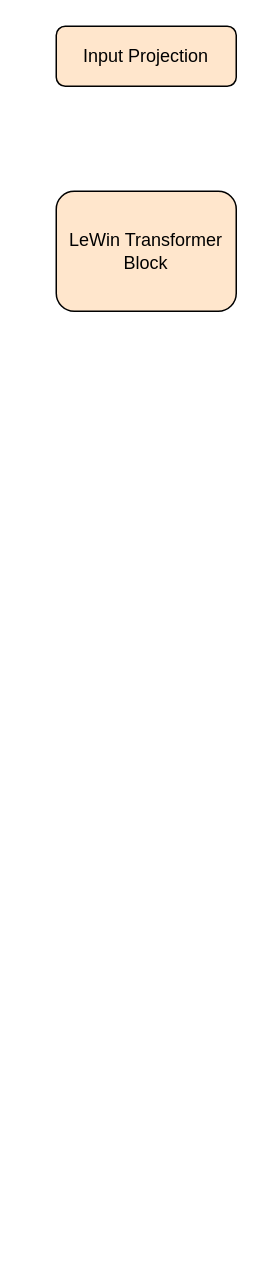
Above: MTRNet.drawio in user815886724/Drawio (draw.io), before the change. Source tidied: cells renumbered, new cells numbered last; positions are measured from the earlier drawing's top-left corner, leaving out a move shared by most shapes. Both pictures are drawn from the tidied source at 150%, with x=0, y=0 at pixel (56, 26).
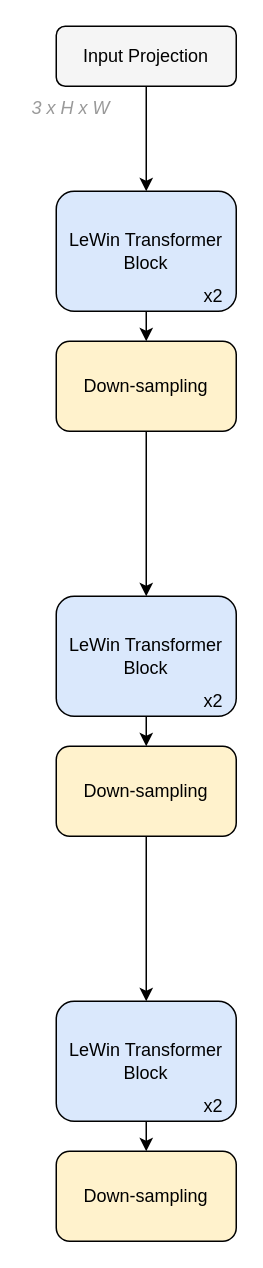
The same diagram, later.

Change to the diagram source:
```diff
@@
 <mxGraphModel>
   <root>
     <mxCell id="0" />
     <mxCell id="1" parent="0" />
+    <mxCell id="4" style="edgeStyle=orthogonalEdgeStyle;rounded=0;jettySize=auto;html=1;fontColor=default;strokeColor=default;labelBackgroundColor=default;" parent="1" edge="1" source="2" target="3">
+      <mxGeometry relative="1" as="geometry" />
+    </mxCell>
-    <mxCell id="2" value="Input Projection" style="rounded=1;whiteSpace=wrap;html=1;fillColor=#ffe6cc;strokeColor=#000000;fontColor=default;shadow=0;glass=0;sketch=0;" parent="1" vertex="1">
+    <mxCell id="2" value="Input Projection" style="rounded=1;whiteSpace=wrap;html=1;fillColor=#f5f5f5;strokeColor=default;fontColor=default;shadow=0;glass=0;sketch=0;labelBackgroundColor=none;" parent="1" vertex="1">
       <mxGeometry width="120" height="40" as="geometry" />
     </mxCell>
+    <mxCell id="5" style="edgeStyle=orthogonalEdgeStyle;rounded=0;jettySize=auto;html=1;exitX=0.5;exitY=1;exitDx=0;exitDy=0;entryX=0.5;entryY=0;entryDx=0;entryDy=0;labelBackgroundColor=default;fontColor=default;strokeColor=default;" parent="1" edge="1" source="3" target="14">
+      <mxGeometry relative="1" as="geometry" />
+    </mxCell>
-    <mxCell id="3" value="LeWin Transformer Block" style="rounded=1;whiteSpace=wrap;html=1;fillColor=#ffe6cc;strokeColor=#000000;fontColor=default;shadow=0;glass=0;sketch=0;" parent="1" vertex="1">
+    <mxCell id="3" value="LeWin Transformer Block" style="rounded=1;whiteSpace=wrap;html=1;fillColor=#dae8fc;strokeColor=#000000;shadow=0;glass=0;sketch=0;labelBackgroundColor=none;fontColor=default;" parent="1" vertex="1">
       <mxGeometry y="110" width="120" height="80" as="geometry" />
     </mxCell>
+    <mxCell id="6" value="x2" style="text;html=1;strokeColor=none;fillColor=none;align=center;verticalAlign=middle;whiteSpace=wrap;rounded=0;shadow=0;glass=0;sketch=0;fontColor=default;labelBackgroundColor=none;" parent="1" vertex="1">
+      <mxGeometry x="90" y="170" width="30" height="20" as="geometry" />
+    </mxCell>
+    <mxCell id="7" style="edgeStyle=orthogonalEdgeStyle;rounded=0;jettySize=auto;html=1;exitX=0.5;exitY=1;exitDx=0;exitDy=0;entryX=0.5;entryY=0;entryDx=0;entryDy=0;labelBackgroundColor=default;fontColor=default;strokeColor=default;" parent="1" edge="1" source="8" target="16">
+      <mxGeometry relative="1" as="geometry" />
+    </mxCell>
+    <mxCell id="8" value="LeWin Transformer Block" style="rounded=1;whiteSpace=wrap;html=1;fillColor=#dae8fc;strokeColor=#000000;shadow=0;glass=0;sketch=0;labelBackgroundColor=none;fontColor=default;" parent="1" vertex="1">
+      <mxGeometry y="380" width="120" height="80" as="geometry" />
+    </mxCell>
+    <mxCell id="9" value="x2" style="text;html=1;strokeColor=none;fillColor=none;align=center;verticalAlign=middle;whiteSpace=wrap;rounded=0;shadow=0;glass=0;sketch=0;fontColor=default;labelBackgroundColor=none;" parent="1" vertex="1">
+      <mxGeometry x="90" y="440" width="30" height="20" as="geometry" />
+    </mxCell>
+    <mxCell id="10" style="edgeStyle=orthogonalEdgeStyle;rounded=0;jettySize=auto;html=1;exitX=0.5;exitY=1;exitDx=0;exitDy=0;entryX=0.5;entryY=0;entryDx=0;entryDy=0;labelBackgroundColor=default;fontColor=default;strokeColor=default;" parent="1" edge="1" source="11" target="17">
+      <mxGeometry relative="1" as="geometry" />
+    </mxCell>
+    <mxCell id="11" value="LeWin Transformer Block" style="rounded=1;whiteSpace=wrap;html=1;fillColor=#dae8fc;strokeColor=default;shadow=0;glass=0;sketch=0;labelBackgroundColor=none;fontColor=default;" parent="1" vertex="1">
+      <mxGeometry y="650" width="120" height="80" as="geometry" />
+    </mxCell>
+    <mxCell id="12" value="x2" style="text;html=1;strokeColor=none;fillColor=none;align=center;verticalAlign=middle;whiteSpace=wrap;rounded=0;shadow=0;glass=0;sketch=0;fontColor=default;labelBackgroundColor=none;" parent="1" vertex="1">
+      <mxGeometry x="90" y="710" width="30" height="20" as="geometry" />
+    </mxCell>
+    <mxCell id="13" style="edgeStyle=orthogonalEdgeStyle;rounded=0;jettySize=auto;html=1;exitX=0.5;exitY=1;exitDx=0;exitDy=0;labelBackgroundColor=default;fontColor=default;strokeColor=default;" parent="1" edge="1" source="14" target="8">
+      <mxGeometry relative="1" as="geometry" />
+    </mxCell>
+    <mxCell id="14" value="Down-sampling" style="rounded=1;whiteSpace=wrap;html=1;shadow=0;glass=0;labelBackgroundColor=none;sketch=0;strokeColor=#000000;fillColor=#fff2cc;fontColor=default;" parent="1" vertex="1">
+      <mxGeometry y="210" width="120" height="60" as="geometry" />
+    </mxCell>
+    <mxCell id="15" style="edgeStyle=orthogonalEdgeStyle;rounded=0;jettySize=auto;html=1;exitX=0.5;exitY=1;exitDx=0;exitDy=0;labelBackgroundColor=default;fontColor=default;strokeColor=default;" parent="1" edge="1" source="16" target="11">
+      <mxGeometry relative="1" as="geometry" />
+    </mxCell>
+    <mxCell id="16" value="Down-sampling" style="rounded=1;whiteSpace=wrap;html=1;shadow=0;glass=0;labelBackgroundColor=none;sketch=0;strokeColor=#000000;fillColor=#fff2cc;fontColor=default;" parent="1" vertex="1">
+      <mxGeometry y="480" width="120" height="60" as="geometry" />
+    </mxCell>
+    <mxCell id="17" value="Down-sampling" style="rounded=1;whiteSpace=wrap;html=1;shadow=0;glass=0;labelBackgroundColor=none;sketch=0;strokeColor=#000000;fillColor=#fff2cc;fontColor=default;" parent="1" vertex="1">
+      <mxGeometry y="750" width="120" height="60" as="geometry" />
+    </mxCell>
+    <mxCell id="18" value="&lt;i&gt;&lt;font color=&quot;#999999&quot;&gt;3 x H x W&lt;/font&gt;&lt;/i&gt;" style="text;html=1;strokeColor=none;fillColor=none;align=center;verticalAlign=middle;whiteSpace=wrap;rounded=0;shadow=0;glass=0;labelBackgroundColor=none;sketch=0;fontColor=default;" parent="1" vertex="1">
+      <mxGeometry x="-20" y="40" width="60" height="30" as="geometry" />
+    </mxCell>
   </root>
 </mxGraphModel>
```
